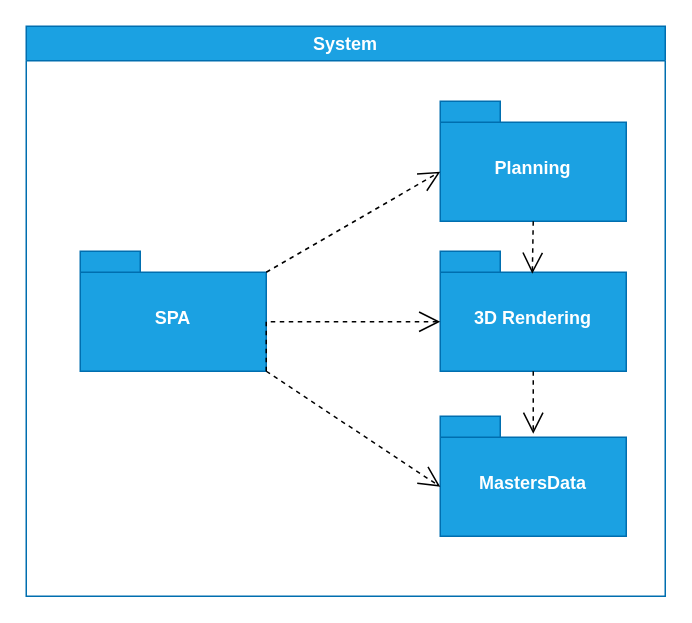
This is docs/L2/Implementation_View.drawio from Rodrick0209/ISEP-SEM5PI-24-25, a draw.io file, before an edit. Source tidied: cells renumbered, new cells numbered last; positions are measured from the earlier drawing's top-left corner, leaving out a move shared by most shapes. Both pictures are drawn from the tidied source at 150%, with x=0, y=0 at pixel (26, 26).
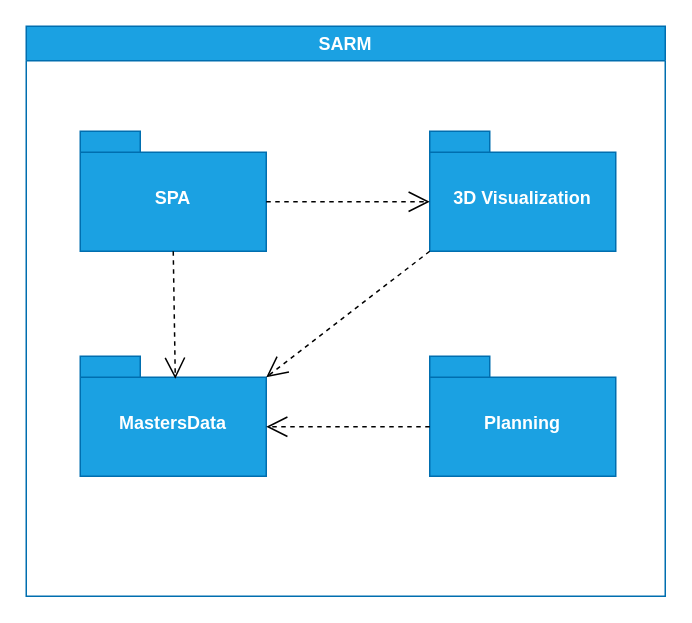
Above is the later version.

Commit message (it also covers changes not shown here):
Updated and created Implementation View for Levels 2 and 3 #25

Change to the diagram source:
```diff
@@
 <mxGraphModel>
   <root>
     <mxCell id="0" />
     <mxCell id="1" parent="0" />
-    <mxCell id="2" value="System" style="swimlane;whiteSpace=wrap;html=1;fillColor=#1ba1e2;fontColor=#ffffff;strokeColor=#006EAF;" parent="1" vertex="1">
+    <mxCell id="2" value="SARM" style="swimlane;whiteSpace=wrap;html=1;fillColor=#1ba1e2;fontColor=#ffffff;strokeColor=#006EAF;startSize=23;" parent="1" vertex="1">
       <mxGeometry width="426" height="380" as="geometry" />
     </mxCell>
     <mxCell id="3" value="SPA" style="shape=folder;fontStyle=1;spacingTop=10;tabWidth=40;tabHeight=14;tabPosition=left;html=1;whiteSpace=wrap;fillColor=#1ba1e2;fontColor=#ffffff;strokeColor=#006EAF;" parent="2" vertex="1">
-      <mxGeometry x="36" y="150" width="124" height="80" as="geometry" />
+      <mxGeometry x="36" y="70" width="124" height="80" as="geometry" />
     </mxCell>
     <mxCell id="4" value="Planning" style="shape=folder;fontStyle=1;spacingTop=10;tabWidth=40;tabHeight=14;tabPosition=left;html=1;whiteSpace=wrap;fillColor=#1ba1e2;fontColor=#ffffff;strokeColor=#006EAF;" parent="2" vertex="1">
-      <mxGeometry x="276" y="50" width="124" height="80" as="geometry" />
+      <mxGeometry x="269" y="220" width="124" height="80" as="geometry" />
     </mxCell>
-    <mxCell id="5" value="&lt;div&gt;&lt;br&gt;&lt;/div&gt;&lt;div&gt;&lt;br&gt;&lt;/div&gt;" style="endArrow=open;endSize=12;dashed=1;html=1;rounded=0;entryX=0;entryY=0;entryDx=0;entryDy=47;entryPerimeter=0;exitX=0;exitY=0;exitDx=124;exitDy=14;exitPerimeter=0;" parent="2" edge="1" source="3" target="4">
-      <mxGeometry relative="1" as="geometry" />
-    </mxCell>
     <mxCell id="6" value="MastersData" style="shape=folder;fontStyle=1;spacingTop=10;tabWidth=40;tabHeight=14;tabPosition=left;html=1;whiteSpace=wrap;fillColor=#1ba1e2;fontColor=#ffffff;strokeColor=#006EAF;" parent="2" vertex="1">
-      <mxGeometry x="276" y="260" width="124" height="80" as="geometry" />
+      <mxGeometry x="36" y="220" width="124" height="80" as="geometry" />
     </mxCell>
-    <mxCell id="7" value="3D Rendering" style="shape=folder;fontStyle=1;spacingTop=10;tabWidth=40;tabHeight=14;tabPosition=left;html=1;whiteSpace=wrap;fillColor=#1ba1e2;fontColor=#ffffff;strokeColor=#006EAF;" parent="2" vertex="1">
-      <mxGeometry x="276" y="150" width="124" height="80" as="geometry" />
+    <mxCell id="7" value="3D Visualization" style="shape=folder;fontStyle=1;spacingTop=10;tabWidth=40;tabHeight=14;tabPosition=left;html=1;whiteSpace=wrap;fillColor=#1ba1e2;fontColor=#ffffff;strokeColor=#006EAF;" parent="2" vertex="1">
+      <mxGeometry x="269" y="70" width="124" height="80" as="geometry" />
     </mxCell>
-    <mxCell id="8" value="&lt;div&gt;&lt;br&gt;&lt;/div&gt;&lt;div&gt;&lt;br&gt;&lt;/div&gt;" style="endArrow=open;endSize=12;dashed=1;html=1;rounded=0;entryX=0;entryY=0;entryDx=0;entryDy=47;entryPerimeter=0;exitX=0;exitY=0;exitDx=124;exitDy=80;exitPerimeter=0;" parent="2" edge="1" source="3" target="7">
-      <mxGeometry relative="1" as="geometry">
-        <Array as="points">
-          <mxPoint x="160" y="197" />
-        </Array>
-      </mxGeometry>
+    <mxCell id="8" value="&lt;div&gt;&lt;br&gt;&lt;/div&gt;&lt;div&gt;&lt;br&gt;&lt;/div&gt;" style="endArrow=open;endSize=12;dashed=1;html=1;rounded=0;exitX=0;exitY=0;exitDx=124;exitDy=47;exitPerimeter=0;entryX=0;entryY=0;entryDx=0;entryDy=47;entryPerimeter=0;" parent="2" edge="1" source="3" target="7">
+      <mxGeometry relative="1" as="geometry" />
     </mxCell>
-    <mxCell id="9" value="&lt;div&gt;&lt;br&gt;&lt;/div&gt;&lt;div&gt;&lt;br&gt;&lt;/div&gt;" style="endArrow=open;endSize=12;dashed=1;html=1;rounded=0;entryX=0.495;entryY=0.188;entryDx=0;entryDy=0;entryPerimeter=0;exitX=0.5;exitY=1;exitDx=0;exitDy=0;exitPerimeter=0;" parent="2" edge="1" source="4" target="7">
+    <mxCell id="9" value="&lt;div&gt;&lt;br&gt;&lt;/div&gt;&lt;div&gt;&lt;br&gt;&lt;/div&gt;" style="endArrow=open;endSize=12;dashed=1;html=1;rounded=0;exitX=0;exitY=0;exitDx=0;exitDy=47;exitPerimeter=0;entryX=0;entryY=0;entryDx=124;entryDy=47;entryPerimeter=0;" parent="2" edge="1" source="4" target="6">
       <mxGeometry relative="1" as="geometry" />
     </mxCell>
-    <mxCell id="10" value="&lt;div&gt;&lt;br&gt;&lt;/div&gt;&lt;div&gt;&lt;br&gt;&lt;/div&gt;" style="endArrow=open;endSize=12;dashed=1;html=1;rounded=0;entryX=0.5;entryY=0.146;entryDx=0;entryDy=0;entryPerimeter=0;exitX=0.5;exitY=1;exitDx=0;exitDy=0;exitPerimeter=0;" parent="2" edge="1" source="7" target="6">
+    <mxCell id="10" value="&lt;div&gt;&lt;br&gt;&lt;/div&gt;&lt;div&gt;&lt;br&gt;&lt;/div&gt;" style="endArrow=open;endSize=12;dashed=1;html=1;rounded=0;entryX=0;entryY=0;entryDx=124;entryDy=14;entryPerimeter=0;exitX=0;exitY=0;exitDx=0;exitDy=80;exitPerimeter=0;" parent="2" edge="1" source="7" target="6">
       <mxGeometry relative="1" as="geometry" />
     </mxCell>
-    <mxCell id="11" value="&lt;div&gt;&lt;br&gt;&lt;/div&gt;&lt;div&gt;&lt;br&gt;&lt;/div&gt;" style="endArrow=open;endSize=12;dashed=1;html=1;rounded=0;entryX=0;entryY=0;entryDx=0;entryDy=47;entryPerimeter=0;exitX=0;exitY=0;exitDx=124;exitDy=80;exitPerimeter=0;" parent="2" edge="1" source="3" target="6">
+    <mxCell id="11" value="&lt;div&gt;&lt;br&gt;&lt;/div&gt;&lt;div&gt;&lt;br&gt;&lt;/div&gt;" style="endArrow=open;endSize=12;dashed=1;html=1;rounded=0;exitX=0.5;exitY=1;exitDx=0;exitDy=0;exitPerimeter=0;entryX=0.511;entryY=0.188;entryDx=0;entryDy=0;entryPerimeter=0;" parent="2" edge="1" source="3" target="6">
       <mxGeometry relative="1" as="geometry" />
     </mxCell>
   </root>
 </mxGraphModel>
```
